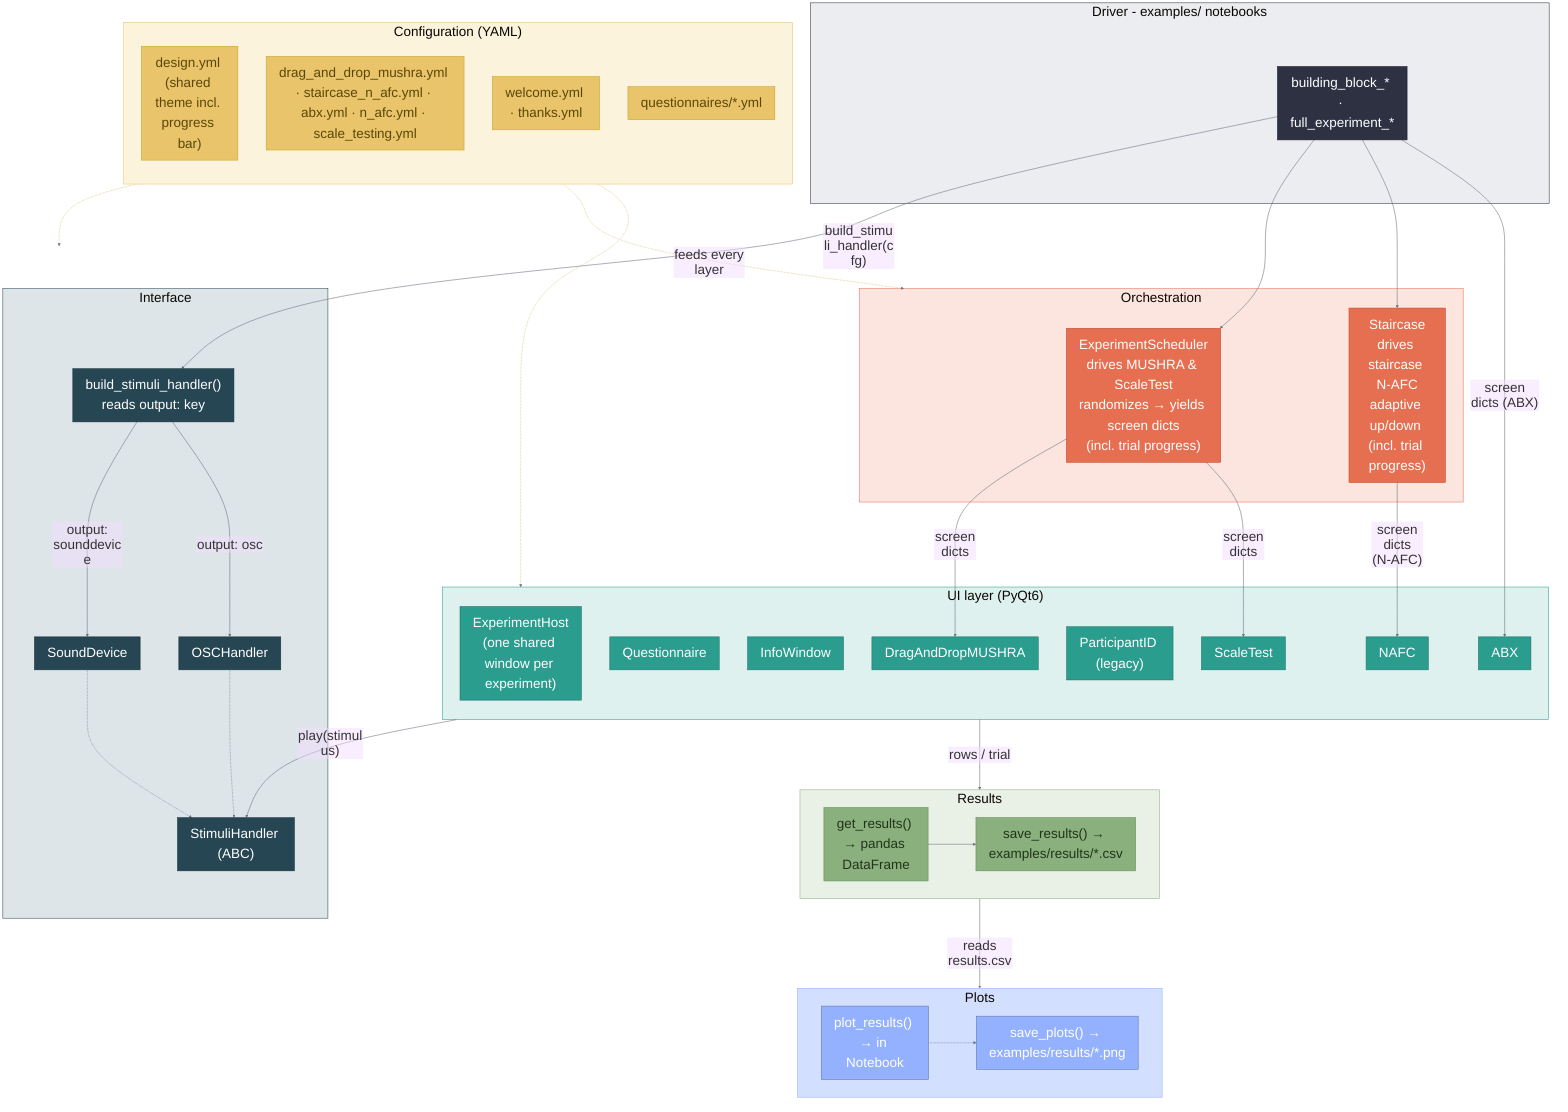
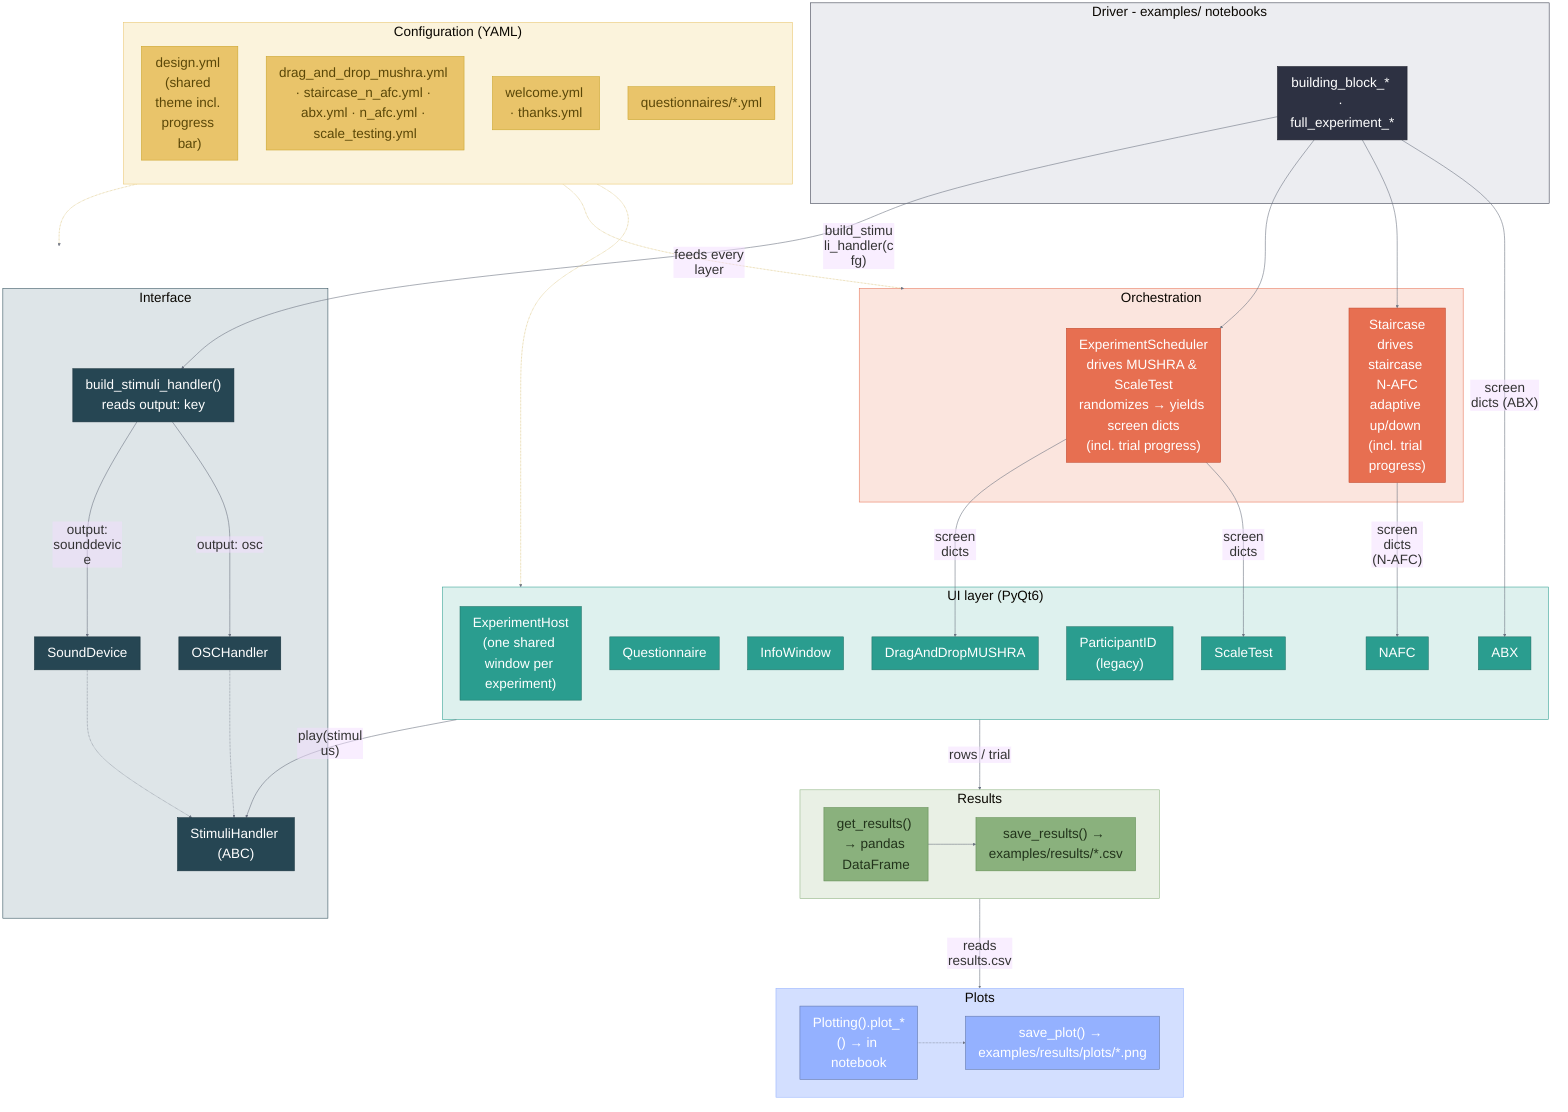
%% whispy architecture - paste into https://mermaid.live to export PNG/SVG
%%{init: {"theme":"base","fontFamily":"Arial","themeVariables":{"fontFamily":"Arial","fontSize":"38px","lineColor":"#6b7280"},"flowchart":{"curve":"basis","nodeSpacing":80,"rankSpacing":110,"padding":18,"htmlLabels":false,"useMaxWidth":true}}}%%

flowchart TB
    subgraph DRV["Driver - examples/ notebooks"]
        NB["building_block_*  ·  full_experiment_*"]
    end

    subgraph CFG["Configuration (YAML)"]
        direction TB
        C1["design.yml (shared theme incl. progress bar)"]
        C2["drag_and_drop_mushra.yml · staircase_n_afc.yml · abx.yml · n_afc.yml · scale_testing.yml"]
        C3["welcome.yml · thanks.yml"]
        C4["questionnaires/*.yml"]
    end

    subgraph ORCH["Orchestration"]
        SCH["ExperimentScheduler<br/>drives MUSHRA & ScaleTest<br/>randomizes → yields screen dicts<br/>(incl. trial progress)"]
        STC["Staircase<br/>drives staircase N-AFC<br/>adaptive up/down (incl. trial progress)"]
    end

    subgraph UI["UI layer (PyQt6)"]
        EH["ExperimentHost<br/>(one shared window per experiment)"]
        QU["Questionnaire"]
        IN["InfoWindow"]
        MU["DragAndDropMUSHRA"]
        PI["ParticipantID (legacy)"]
        NA["NAFC"]
        AB["ABX"]
        ST["ScaleTest"]
    end

    subgraph AUD["Interface"]
        FAC["build_stimuli_handler()<br/>reads output: key"]
        SH["StimuliHandler (ABC)"]
        SD["SoundDevice"]
        OSC["OSCHandler"]
    end

    subgraph RES["Results"]
        direction LR
        GR["get_results() → pandas DataFrame"]
        SR["save_results() → examples/results/*.csv"]
    end

    subgraph PLT["Plots"]
        direction LR
-         PL["plot_results() → in Notebook"]
-         SP["save_plots() → examples/results/*.png"]
+         PL["Plotting().plot_*() → in notebook"]
+         SP["save_plot() → examples/results/plots/*.png"]
    end


    NB -->|"build_stimuli_handler(cfg)"| FAC
    NB --> SCH
    NB --> STC
    NB -->|"screen dicts (ABX)"| AB

    SCH -->|"screen dicts"| MU
    SCH -->|"screen dicts"| ST
    STC -->|"screen dicts (N-AFC)"| NA
    FAC -->|"output: sounddevice"| SD
    FAC -->|"output: osc"| OSC
    SD -.-> SH
    OSC -.-> SH
    UI -->|"play(stimulus)"| SH
    UI -->|"rows / trial"| GR
    GR --> SR

    SR -->|"reads results.csv"| PL
    PL -.-> SP

    CFG -.-> AUD
    CFG -. feeds every layer .-> ORCH
    CFG -.-> UI


    classDef cfg fill:#E9C46A,stroke:#C9A227,stroke-width:1.5px,color:#5a4708;
    classDef orch fill:#E76F51,stroke:#c0492f,stroke-width:1.5px,color:#fff;
    classDef ui fill:#2A9D8F,stroke:#1f6f64,stroke-width:1.5px,color:#fff;
    classDef aud fill:#264653,stroke:#16303a,stroke-width:1.5px,color:#fff;
    classDef res fill:#8AB17D,stroke:#5e8a4f,stroke-width:1.5px,color:#22331b;
    classDef drv fill:#2D3142,stroke:#1b1d28,stroke-width:1.5px,color:#fff;
    classDef plt fill:#94b1ff,stroke:#5E72A3,stroke-width:1.5px,color:#fff;

    class C1,C2,C3,C4 cfg;
    class SCH,STC orch;
    class MU,NA,AB,ST,QU,IN,PI,EH ui;
    class SH,SD,FAC,OSC aud;
    class GR,SR res;
    class NB drv;
    class PL,SP plt;

    %% soft per-cluster background tints (a light wash of each group's colour)
    style DRV fill:#ECEDF1,stroke:#2D3142,stroke-width:1.5px,color:#2D3142;
    style CFG fill:#FBF3DC,stroke:#E9C46A,stroke-width:1.5px,color:#5a4708;
    style ORCH fill:#FBE5DE,stroke:#E76F51,stroke-width:1.5px,color:#7a2e1c;
    style UI fill:#DEF1EE,stroke:#2A9D8F,stroke-width:1.5px,color:#1f6f64;
    style AUD fill:#DEE5E8,stroke:#264653,stroke-width:1.5px,color:#264653;
    style RES fill:#E9F0E5,stroke:#8AB17D,stroke-width:1.5px,color:#3f5a33;
    style PLT fill:#D3DFFF,stroke:#94b1ff,stroke-width:1.5px,color:#94b1ff;


    %% edges: data flow in grey, the dotted config feeds in soft gold
    linkStyle default stroke:#6b7280,stroke-width:1.6px;
    linkStyle 16,17,18 stroke:#caa83f,stroke-width:1.4px;
